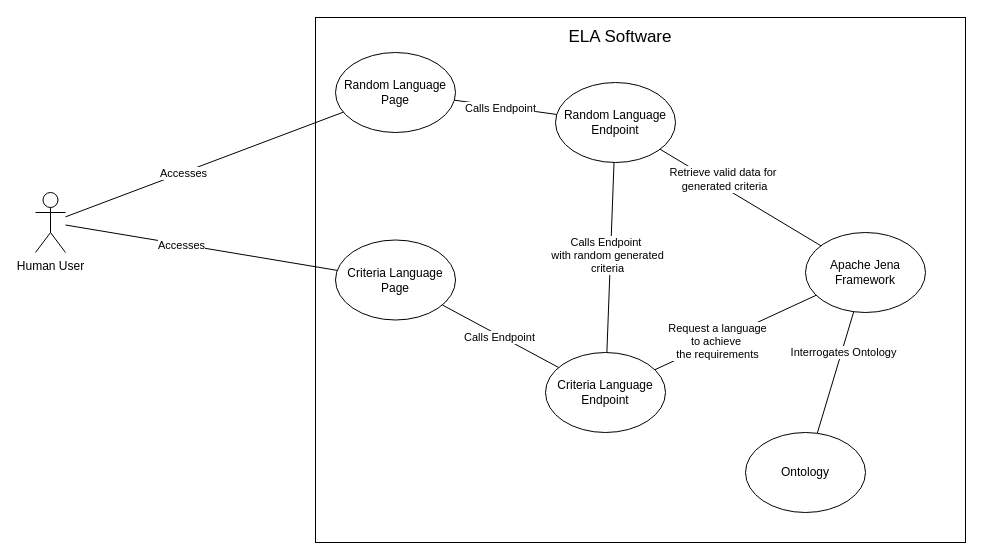
Before: documentation/use-cases/sources/ui_use_case.drawio in RiZZeR99/RiZZeR99.WADeEsotericLanguage.github.io, a draw.io diagram. Source tidied: cells renumbered, new cells numbered last; positions are measured from the earlier drawing's top-left corner, leaving out a move shared by most shapes. Both pictures are drawn from the tidied source at 100%, with x=0, y=0 at pixel (35, 17).
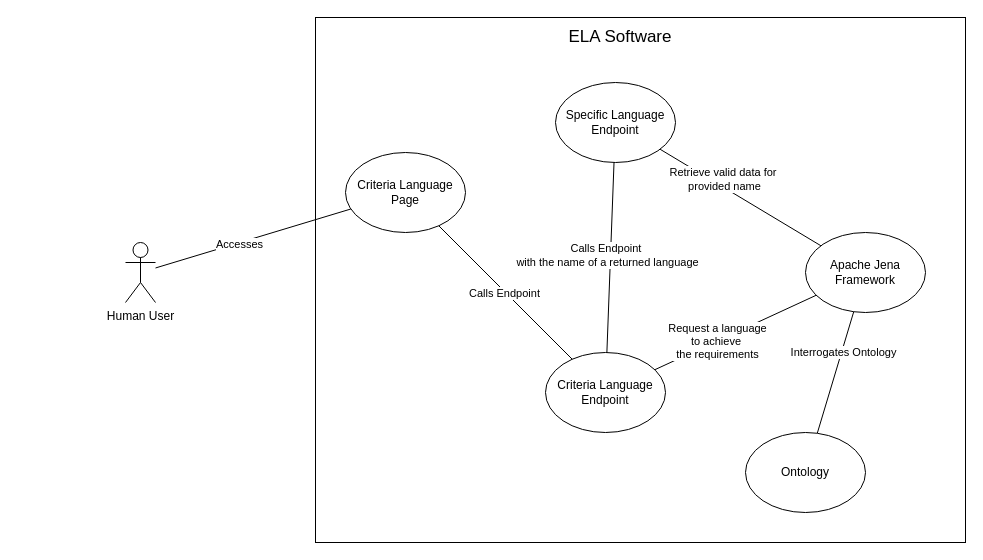
The same diagram, later.

Unchanged cells that the change refers to:
```xml
<mxCell id="21" style="endArrow=none;html=1;rounded=0;" parent="1" edge="1" source="11" target="10">
  <mxGeometry relative="1" as="geometry" />
</mxCell>
<mxCell id="23" style="endArrow=none;html=1;rounded=0;" parent="1" edge="1" source="12" target="10">
  <mxGeometry relative="1" as="geometry" />
</mxCell>
```

Diff of the diagram source:
```diff
@@
     <mxCell id="2" value="Human User" style="shape=umlActor;verticalLabelPosition=bottom;verticalAlign=top;html=1;outlineConnect=0;" parent="1" vertex="1">
-      <mxGeometry y="175" width="30" height="60" as="geometry" />
+      <mxGeometry x="90" y="225" width="30" height="60" as="geometry" />
     </mxCell>
@@
-    <mxCell id="4" value="Random Language Page" style="ellipse;whiteSpace=wrap;html=1;" parent="1" vertex="1">
-      <mxGeometry x="300" y="35" width="120" height="80" as="geometry" />
-    </mxCell>
     <mxCell id="5" value="Criteria Language Page" style="ellipse;whiteSpace=wrap;html=1;" parent="1" vertex="1">
-      <mxGeometry x="300" y="222.5" width="120" height="80" as="geometry" />
+      <mxGeometry x="310" y="135" width="120" height="80" as="geometry" />
     </mxCell>
-    <mxCell id="6" style="endArrow=none;html=1;rounded=0;" parent="1" edge="1" source="2" target="4">
-      <mxGeometry relative="1" as="geometry" />
-    </mxCell>
-    <mxCell id="7" value="Accesses" style="edgeLabel;html=1;align=center;verticalAlign=middle;" parent="6" vertex="1">
-      <mxGeometry x="-0.15" relative="1" as="geometry">
-        <mxPoint y="1" as="offset" />
-      </mxGeometry>
-    </mxCell>
@@
-    <mxCell id="10" value="Random Language Endpoint" style="ellipse;whiteSpace=wrap;html=1;" parent="1" vertex="1">
+    <mxCell id="10" value="Specific Language Endpoint" style="ellipse;whiteSpace=wrap;html=1;" parent="1" vertex="1">
       <mxGeometry x="520" y="65" width="120" height="80" as="geometry" />
     </mxCell>
@@
-    <mxCell id="17" style="endArrow=none;html=1;rounded=0;" parent="1" edge="1" source="4" target="10">
-      <mxGeometry relative="1" as="geometry" />
-    </mxCell>
-    <mxCell id="18" value="Calls Endpoint" style="edgeLabel;html=1;align=center;verticalAlign=middle;" parent="17" vertex="1">
-      <mxGeometry x="-0.1" y="-1" relative="1" as="geometry" />
-    </mxCell>
@@
-    <mxCell id="22" value="Calls Endpoint&amp;nbsp;&lt;br&gt;with random generated&lt;br&gt;criteria" style="edgeLabel;html=1;align=center;verticalAlign=middle;" parent="21" vertex="1">
+    <mxCell id="22" value="Calls Endpoint&amp;nbsp;&lt;br&gt;with the name of a returned language" style="edgeLabel;html=1;align=center;verticalAlign=middle;" parent="21" vertex="1">
       <mxGeometry x="0.02" y="4" relative="1" as="geometry" />
     </mxCell>
@@
-    <mxCell id="24" value="Retrieve valid data for&amp;nbsp;&lt;br&gt;generated criteria" style="edgeLabel;html=1;align=center;verticalAlign=middle;" parent="23" vertex="1">
+    <mxCell id="24" value="Retrieve valid data for&amp;nbsp;&lt;br&gt;provided name" style="edgeLabel;html=1;align=center;verticalAlign=middle;" parent="23" vertex="1">
       <mxGeometry x="0.37" y="-1" relative="1" as="geometry">
         <mxPoint x="12" as="offset" />
       </mxGeometry>
     </mxCell>
```
